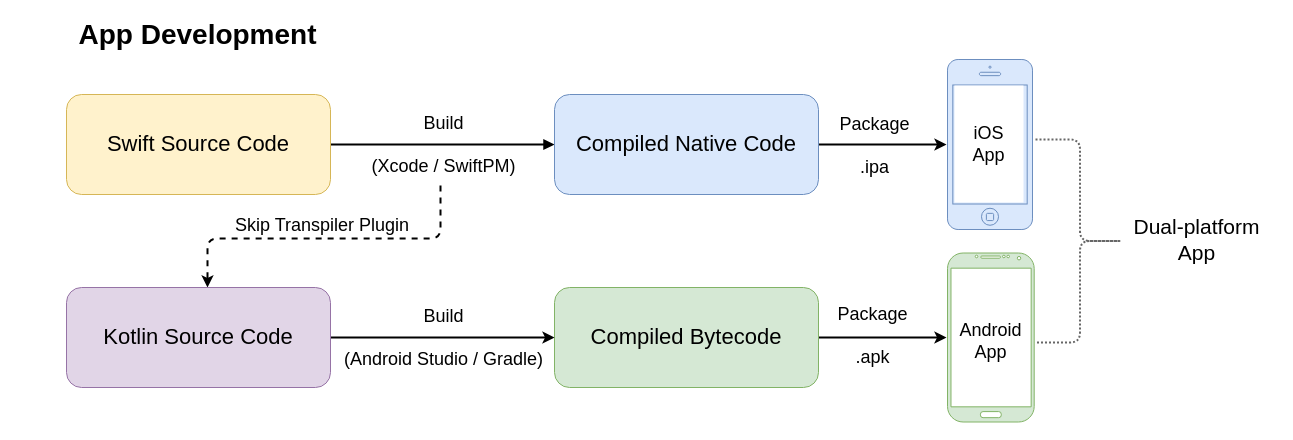
Above: page "app" (1 of 7) of diagrams/skip-diagrams.drawio in skiptools/assets.skip.tools (draw.io), before the change. Source tidied: cells renumbered, new cells numbered last; positions are measured from the earlier drawing's top-left corner, leaving out a move shared by most shapes. Both pictures are drawn from the tidied source at 100%, with x=0, y=0 at pixel (16, 19).
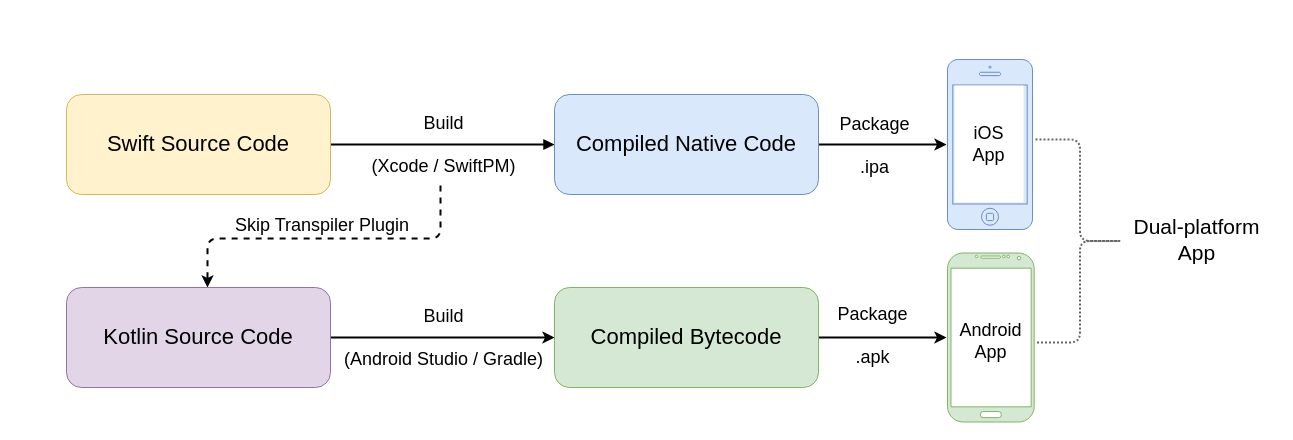
The same page after the edit.

Change to the diagram source:
```diff
@@
-    <mxCell id="16" value="App Development" style="text;strokeColor=none;align=center;fillColor=none;html=1;verticalAlign=middle;whiteSpace=wrap;rounded=0;fontSize=28;fontStyle=1;" parent="1" vertex="1">
-      <mxGeometry x="0.3" width="363.4" height="30" as="geometry" />
-    </mxCell>
```
